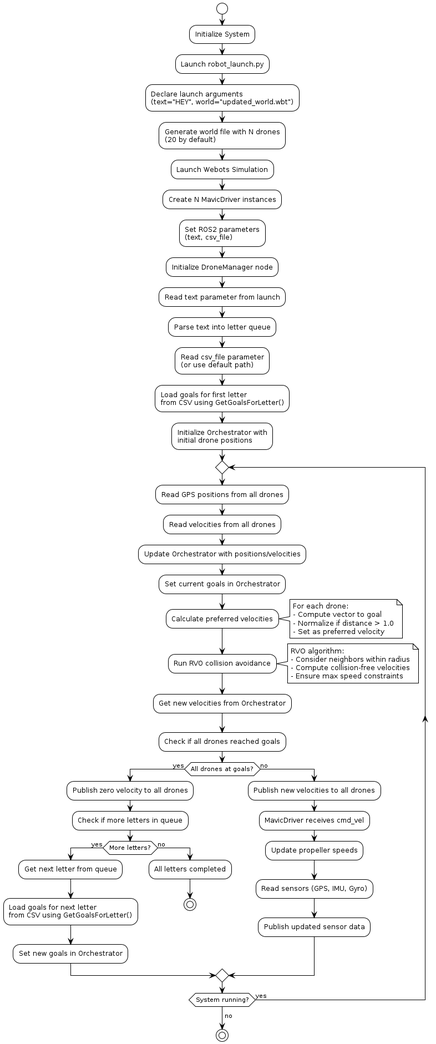
siddhant-code/Aeroscript keeps this PlantUML diagram as uml/revised/Activity Diagram.png. Above is the earlier version.
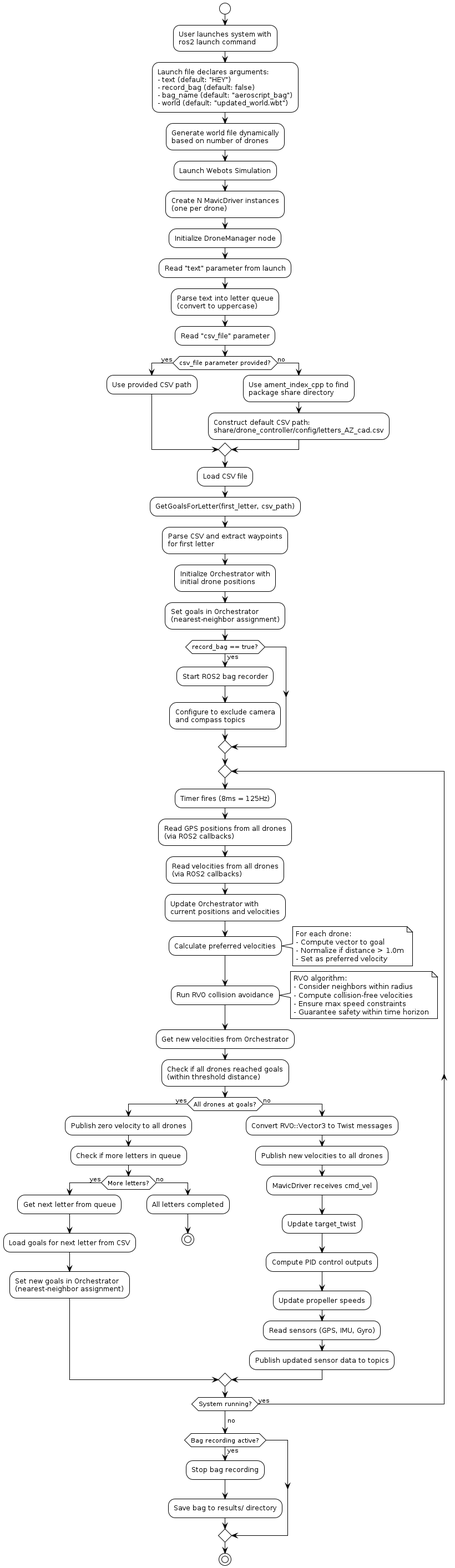
After the commit.

Change to the diagram source:
```diff
@@ -2,31 +2,64 @@
 !theme plain
 start
 
-:Initialize System;
-:Launch robot_launch.py;
-:Declare launch arguments\n(text="HEY", world="updated_world.wbt");
-:Generate world file with N drones\n(20 by default);
+:User launches system with\nros2 launch command;
+
+:Launch file declares arguments:
+- text (default: "HEY")
+- record_bag (default: false)
+- bag_name (default: "aeroscript_bag")
+- world (default: "updated_world.wbt");
+
+:Generate world file dynamically\nbased on number of drones;
+
 :Launch Webots Simulation;
-:Create N MavicDriver instances;
-:Set ROS2 parameters\n(text, csv_file);
+
+:Create N MavicDriver instances\n(one per drone);
+
 :Initialize DroneManager node;
-:Read text parameter from launch;
-:Parse text into letter queue;
-:Read csv_file parameter\n(or use default path);
-:Load goals for first letter\nfrom CSV using GetGoalsForLetter();
+
+:Read "text" parameter from launch;
+
+:Parse text into letter queue\n(convert to uppercase);
+
+:Read "csv_file" parameter;
+
+if (csv_file parameter provided?) then (yes)
+    :Use provided CSV path;
+else (no)
+    :Use ament_index_cpp to find\npackage share directory;
+    :Construct default CSV path:\nshare/drone_controller/config/letters_AZ_cad.csv;
+endif
+
+:Load CSV file;
+
+:GetGoalsForLetter(first_letter, csv_path);
+
+:Parse CSV and extract waypoints\nfor first letter;
+
 :Initialize Orchestrator with\ninitial drone positions;
 
+:Set goals in Orchestrator\n(nearest-neighbor assignment);
+
+if (record_bag == true?) then (yes)
+    :Start ROS2 bag recorder;
+    :Configure to exclude camera\nand compass topics;
+endif
+
 repeat
-    :Read GPS positions from all drones;
-    :Read velocities from all drones;
-    :Update Orchestrator with positions/velocities;
-    :Set current goals in Orchestrator;
+    :Timer fires (8ms = 125Hz);
+
+    :Read GPS positions from all drones\n(via ROS2 callbacks);
+
+    :Read velocities from all drones\n(via ROS2 callbacks);
+
+    :Update Orchestrator with\ncurrent positions and velocities;
 
     :Calculate preferred velocities;
     note right
         For each drone:
         - Compute vector to goal
-        - Normalize if distance > 1.0
+        - Normalize if distance > 1.0m
         - Set as preferred velocity
     end note
 
@@ -36,11 +69,12 @@
         - Consider neighbors within radius
         - Compute collision-free velocities
         - Ensure max speed constraints
+        - Guarantee safety within time horizon
     end note
 
     :Get new velocities from Orchestrator;
 
-    :Check if all drones reached goals;
+    :Check if all drones reached goals\n(within threshold distance);
 
     if (All drones at goals?) then (yes)
         :Publish zero velocity to all drones;
@@ -48,23 +82,31 @@
 
         if (More letters?) then (yes)
             :Get next letter from queue;
-            :Load goals for next letter\nfrom CSV using GetGoalsForLetter();
-            :Set new goals in Orchestrator;
+            :Load goals for next letter from CSV;
+            :Set new goals in Orchestrator\n(nearest-neighbor assignment);
         else (no)
             :All letters completed;
             stop
         endif
     else (no)
+        :Convert RVO::Vector3 to Twist messages;
         :Publish new velocities to all drones;
         :MavicDriver receives cmd_vel;
+        :Update target_twist;
+        :Compute PID control outputs;
         :Update propeller speeds;
         :Read sensors (GPS, IMU, Gyro);
-        :Publish updated sensor data;
+        :Publish updated sensor data to topics;
     endif
 
 repeat while (System running?) is (yes)
 ->no;
 
+if (Bag recording active?) then (yes)
+    :Stop bag recording;
+    :Save bag to results/ directory;
+endif
+
 stop
 
 @enduml
```
